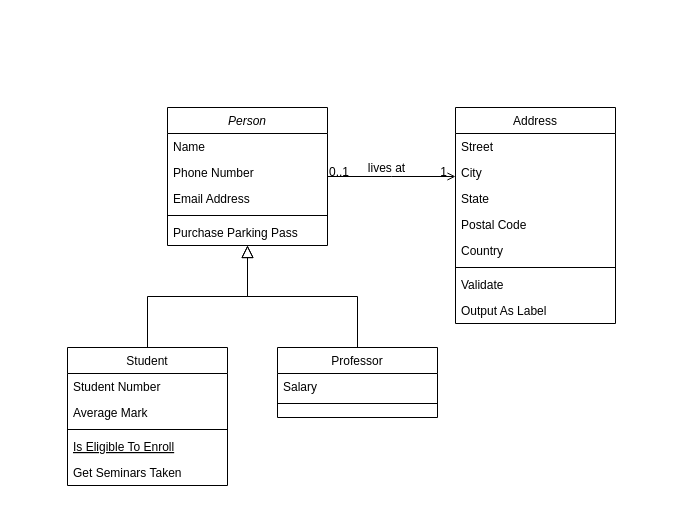
This is src/main/Untitled Diagram.drawio from megancrouch24/IMSstarterjuneSDETmegan, a draw.io file, before an edit. Source tidied: cells renumbered, new cells numbered last; positions are measured from the earlier drawing's top-left corner, leaving out a move shared by most shapes. Both pictures are drawn from the tidied source at 100%, with x=0, y=0 at pixel (67, 107).
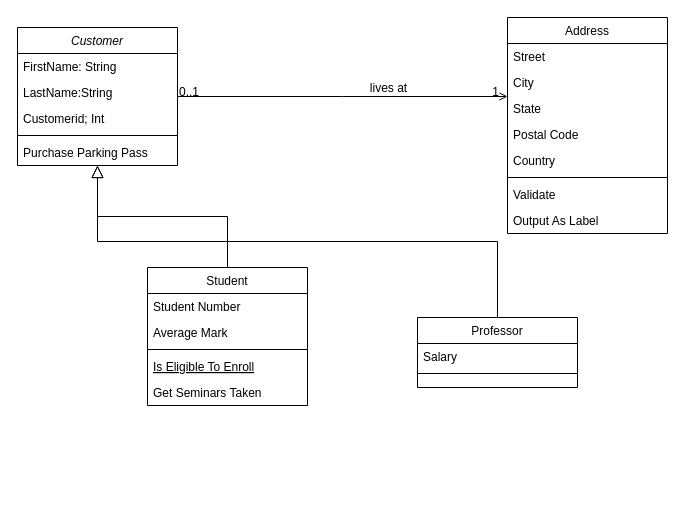
Above is the later version.

What changed in the source:
```diff
@@
-    <mxCell id="2" value="Person" style="swimlane;fontStyle=2;align=center;verticalAlign=top;horizontal=1;startSize=26;rounded=0;shadow=0;strokeWidth=1;" parent="1" vertex="1">
-      <mxGeometry x="100" width="160" height="138" as="geometry" />
+    <mxCell id="2" value="Customer" style="swimlane;fontStyle=2;align=center;verticalAlign=top;horizontal=1;startSize=26;rounded=0;shadow=0;strokeWidth=1;" parent="1" vertex="1">
+      <mxGeometry x="-50" y="-80" width="160" height="138" as="geometry" />
     </mxCell>
-    <mxCell id="3" value="Name" style="text;align=left;verticalAlign=top;spacingLeft=4;spacingRight=4;overflow=hidden;" parent="2" vertex="1">
+    <mxCell id="3" value="FirstName: String" style="text;align=left;verticalAlign=top;spacingLeft=4;spacingRight=4;overflow=hidden;" parent="2" vertex="1">
       <mxGeometry y="26" width="160" height="26" as="geometry" />
     </mxCell>
-    <mxCell id="4" value="Phone Number" style="text;align=left;verticalAlign=top;spacingLeft=4;spacingRight=4;overflow=hidden;rounded=0;shadow=0;html=0;" parent="2" vertex="1">
+    <mxCell id="4" value="LastName:String" style="text;align=left;verticalAlign=top;spacingLeft=4;spacingRight=4;overflow=hidden;rounded=0;shadow=0;html=0;" parent="2" vertex="1">
       <mxGeometry y="52" width="160" height="26" as="geometry" />
     </mxCell>
-    <mxCell id="5" value="Email Address" style="text;align=left;verticalAlign=top;spacingLeft=4;spacingRight=4;overflow=hidden;rounded=0;shadow=0;html=0;" parent="2" vertex="1">
+    <mxCell id="5" value="Customerid; Int" style="text;align=left;verticalAlign=top;spacingLeft=4;spacingRight=4;overflow=hidden;rounded=0;shadow=0;html=0;" parent="2" vertex="1">
       <mxGeometry y="78" width="160" height="26" as="geometry" />
     </mxCell>
@@
     <mxCell id="8" value="Student" style="swimlane;fontStyle=0;align=center;verticalAlign=top;horizontal=1;startSize=26;rounded=0;shadow=0;strokeWidth=1;" parent="1" vertex="1">
-      <mxGeometry y="240" width="160" height="138" as="geometry" />
+      <mxGeometry x="80" y="160" width="160" height="138" as="geometry" />
     </mxCell>
@@
     <mxCell id="15" value="Professor" style="swimlane;fontStyle=0;align=center;verticalAlign=top;horizontal=1;startSize=26;rounded=0;shadow=0;strokeWidth=1;" parent="1" vertex="1">
-      <mxGeometry x="210" y="240" width="160" height="70" as="geometry" />
+      <mxGeometry x="350" y="210" width="160" height="70" as="geometry" />
     </mxCell>
@@
     <mxCell id="19" value="Address" style="swimlane;fontStyle=0;align=center;verticalAlign=top;horizontal=1;startSize=26;rounded=0;shadow=0;strokeWidth=1;" parent="1" vertex="1">
-      <mxGeometry x="388" width="160" height="216" as="geometry" />
+      <mxGeometry x="440" y="-90" width="160" height="216" as="geometry" />
     </mxCell>
```
